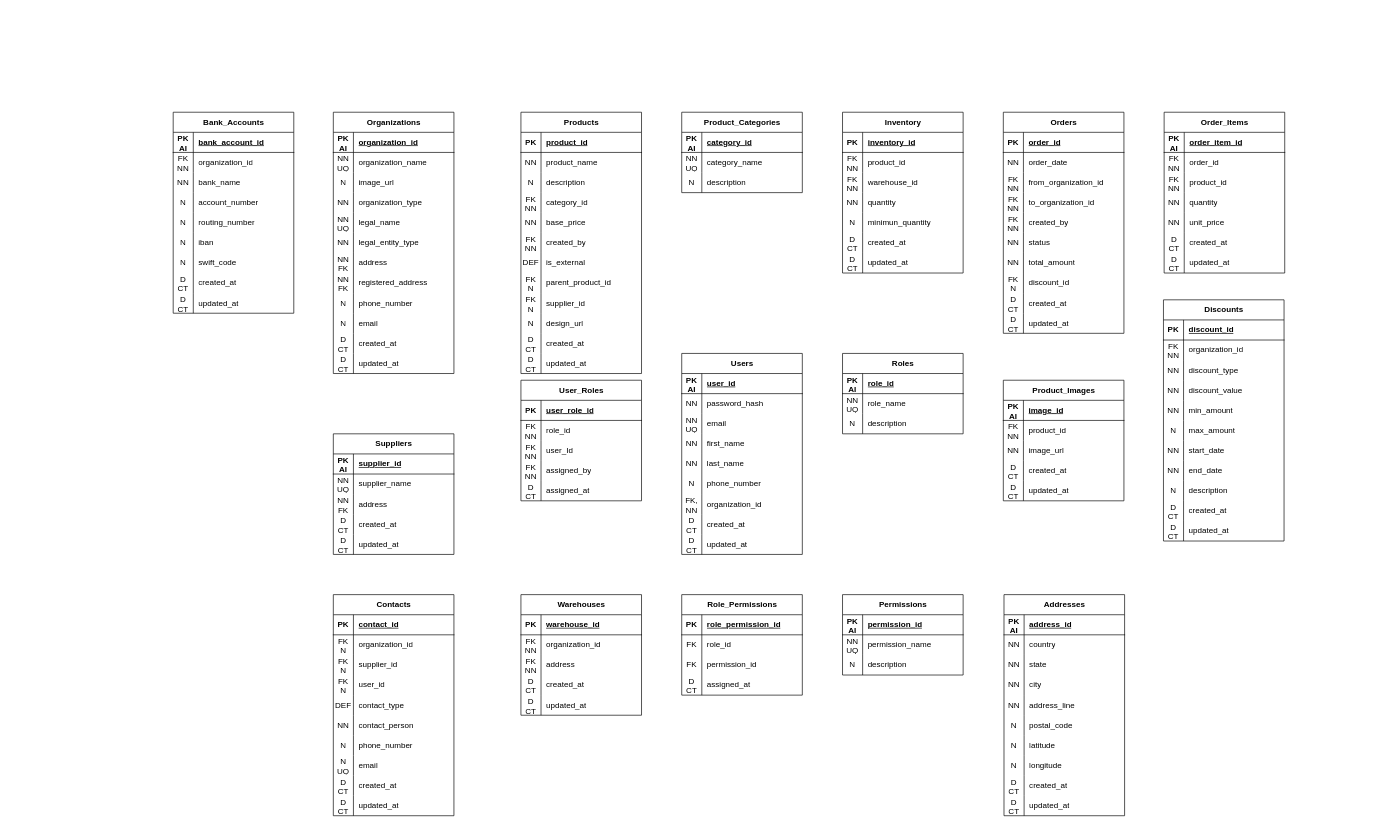
Earlier version of the draw.io diagram diagram/Диаграмма без названия.drawio (arsen1234567/erp). Source tidied: cells renumbered, new cells numbered last; positions are measured from the earlier drawing's top-left corner, leaving out a move shared by most shapes. Both pictures are drawn from the tidied source at 67%, with x=0, y=0 at pixel (173, 112).
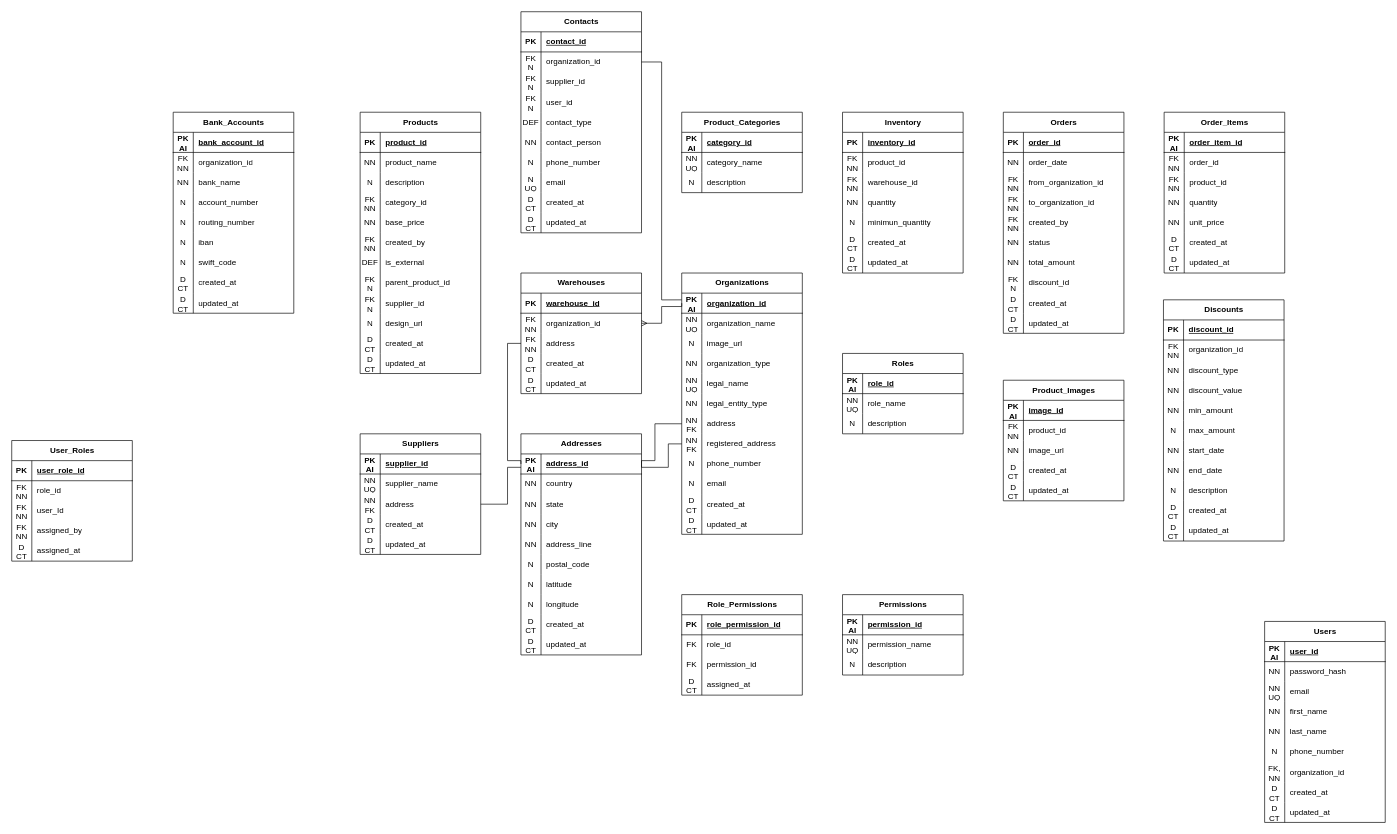
The same page after the edit.

The change refers to these unchanged cells:
```xml
<mxCell id="83" style="shape=tableRow;horizontal=0;startSize=0;swimlaneHead=0;swimlaneBody=0;fillColor=none;points=[[0,0.5],[1,0.5]];portConstraint=eastwest;top=0;left=0;right=0;bottom=0;" parent="79" vertex="1">
  <mxGeometry y="60" width="180" height="30" as="geometry" />
</mxCell>
<mxCell id="86" style="shape=tableRow;horizontal=0;startSize=0;swimlaneHead=0;swimlaneBody=0;fillColor=none;points=[[0,0.5],[1,0.5]];portConstraint=eastwest;top=0;left=0;right=0;bottom=0;" parent="79" vertex="1">
  <mxGeometry y="90" width="180" height="30" as="geometry" />
</mxCell>
<mxCell id="143" style="shape=tableRow;horizontal=0;startSize=0;swimlaneHead=0;swimlaneBody=0;fillColor=none;points=[[0,0.5],[1,0.5]];portConstraint=eastwest;top=0;left=0;right=0;bottom=1;" parent="142" vertex="1">
  <mxGeometry y="30" width="180" height="30" as="geometry" />
</mxCell>
<mxCell id="161" style="shape=tableRow;horizontal=0;startSize=0;swimlaneHead=0;swimlaneBody=0;fillColor=none;points=[[0,0.5],[1,0.5]];portConstraint=eastwest;top=0;left=0;right=0;bottom=0;" parent="142" vertex="1">
  <mxGeometry y="210" width="180" height="30" as="geometry" />
</mxCell>
<mxCell id="164" style="shape=tableRow;horizontal=0;startSize=0;swimlaneHead=0;swimlaneBody=0;fillColor=none;points=[[0,0.5],[1,0.5]];portConstraint=eastwest;top=0;left=0;right=0;bottom=0;" parent="142" vertex="1">
  <mxGeometry y="240" width="180" height="30" as="geometry" />
</mxCell>
<mxCell id="208" style="shape=tableRow;horizontal=0;startSize=0;swimlaneHead=0;swimlaneBody=0;fillColor=none;points=[[0,0.5],[1,0.5]];portConstraint=eastwest;top=0;left=0;right=0;bottom=0;" parent="201" vertex="1">
  <mxGeometry y="90" width="180" height="30" as="geometry" />
</mxCell>
<mxCell id="221" style="shape=tableRow;horizontal=0;startSize=0;swimlaneHead=0;swimlaneBody=0;fillColor=none;points=[[0,0.5],[1,0.5]];portConstraint=eastwest;top=0;left=0;right=0;bottom=0;" parent="217" vertex="1">
  <mxGeometry y="60" width="180" height="30" as="geometry" />
</mxCell>
<mxCell id="380" style="shape=tableRow;horizontal=0;startSize=0;swimlaneHead=0;swimlaneBody=0;fillColor=none;points=[[0,0.5],[1,0.5]];portConstraint=eastwest;top=0;left=0;right=0;bottom=1;" parent="379" vertex="1">
  <mxGeometry y="30" width="180" height="30" as="geometry" />
</mxCell>
```

What changed in the source:
```diff
@@
     <mxCell id="2" value="Users" style="shape=table;startSize=30;childLayout=tableLayout;rowLines=0;fontStyle=1;align=center;html=1;" parent="1" vertex="1">
-      <mxGeometry x="759" y="360" width="180" height="300" as="geometry" />
+      <mxGeometry x="1629" y="760" width="180" height="300" as="geometry" />
     </mxCell>
@@
     <mxCell id="63" value="User_Roles" style="shape=table;startSize=30;childLayout=tableLayout;rowLines=0;fontStyle=1;align=center;html=1;" parent="1" vertex="1">
-      <mxGeometry x="519" y="400" width="180" height="180" as="geometry" />
+      <mxGeometry x="-241" y="490" width="180" height="180" as="geometry" />
     </mxCell>
@@
     <mxCell id="79" value="Warehouses" style="shape=table;startSize=30;childLayout=tableLayout;rowLines=0;fontStyle=1;align=center;html=1;" parent="1" vertex="1">
-      <mxGeometry x="519" y="720" width="180" height="180" as="geometry" />
+      <mxGeometry x="519" y="240" width="180" height="180" as="geometry" />
     </mxCell>
@@
     <mxCell id="95" value="Products" style="shape=table;startSize=30;childLayout=tableLayout;rowLines=0;fontStyle=1;align=center;html=1;" parent="1" vertex="1">
-      <mxGeometry x="519" width="180" height="390" as="geometry" />
+      <mxGeometry x="279" width="180" height="390" as="geometry" />
     </mxCell>
@@
     <mxCell id="142" value="Organizations" style="shape=table;startSize=30;childLayout=tableLayout;rowLines=0;fontStyle=1;align=center;html=1;" parent="1" vertex="1">
-      <mxGeometry x="239" width="180" height="390" as="geometry" />
+      <mxGeometry x="759" y="240" width="180" height="390" as="geometry" />
     </mxCell>
@@
     <mxCell id="201" value="Suppliers" style="shape=table;startSize=30;childLayout=tableLayout;rowLines=0;fontStyle=1;align=center;html=1;" parent="1" vertex="1">
-      <mxGeometry x="239" y="480" width="180" height="180" as="geometry" />
+      <mxGeometry x="279" y="480" width="180" height="180" as="geometry" />
     </mxCell>
@@
     <mxCell id="217" value="Contacts" style="shape=table;startSize=30;childLayout=tableLayout;rowLines=0;fontStyle=1;align=center;html=1;" parent="1" vertex="1">
-      <mxGeometry x="239" y="720" width="180" height="330" as="geometry" />
+      <mxGeometry x="519" y="-150" width="180" height="330" as="geometry" />
     </mxCell>
@@
     <mxCell id="379" value="Addresses" style="shape=table;startSize=30;childLayout=tableLayout;rowLines=0;fontStyle=1;align=center;html=1;" parent="1" vertex="1">
-      <mxGeometry x="1240" y="720" width="180" height="330" as="geometry" />
+      <mxGeometry x="519" y="480" width="180" height="330" as="geometry" />
     </mxCell>
@@
+    <mxCell id="410" style="edgeStyle=orthogonalEdgeStyle;rounded=0;jettySize=auto;html=1;entryX=0;entryY=0.5;entryDx=0;entryDy=0;startArrow=ERmany;startFill=0;endArrow=none;endFill=0;" parent="1" edge="1" source="83" target="143">
+      <mxGeometry relative="1" as="geometry">
+        <Array as="points">
+          <mxPoint x="729" y="315" />
+          <mxPoint x="729" y="290" />
+          <mxPoint x="759" y="290" />
+        </Array>
+      </mxGeometry>
+    </mxCell>
+    <mxCell id="411" style="edgeStyle=orthogonalEdgeStyle;rounded=0;jettySize=auto;html=1;entryX=0;entryY=0.5;entryDx=0;entryDy=0;endArrow=none;endFill=0;" parent="1" edge="1" source="86" target="380">
+      <mxGeometry relative="1" as="geometry">
+        <Array as="points">
+          <mxPoint x="499" y="345" />
+          <mxPoint x="499" y="520" />
+          <mxPoint x="519" y="520" />
+        </Array>
+      </mxGeometry>
+    </mxCell>
+    <mxCell id="412" style="edgeStyle=orthogonalEdgeStyle;rounded=0;jettySize=auto;html=1;exitX=0;exitY=0.5;exitDx=0;exitDy=0;entryX=1;entryY=0.5;entryDx=0;entryDy=0;endArrow=none;endFill=0;" parent="1" edge="1" source="161" target="380">
+      <mxGeometry relative="1" as="geometry">
+        <Array as="points">
+          <mxPoint x="719" y="465" />
+          <mxPoint x="719" y="520" />
+          <mxPoint x="699" y="520" />
+        </Array>
+      </mxGeometry>
+    </mxCell>
+    <mxCell id="413" style="edgeStyle=orthogonalEdgeStyle;rounded=0;jettySize=auto;html=1;entryX=1;entryY=0.5;entryDx=0;entryDy=0;endArrow=none;endFill=0;" parent="1" edge="1" source="164" target="380">
+      <mxGeometry relative="1" as="geometry">
+        <Array as="points">
+          <mxPoint x="739" y="495" />
+          <mxPoint x="739" y="530" />
+          <mxPoint x="699" y="530" />
+        </Array>
+      </mxGeometry>
+    </mxCell>
+    <mxCell id="414" style="edgeStyle=orthogonalEdgeStyle;rounded=0;jettySize=auto;html=1;endArrow=none;endFill=0;" parent="1" edge="1" source="208">
+      <mxGeometry relative="1" as="geometry">
+        <mxPoint x="519" y="530" as="targetPoint" />
+        <Array as="points">
+          <mxPoint x="499" y="585" />
+          <mxPoint x="499" y="530" />
+        </Array>
+      </mxGeometry>
+    </mxCell>
+    <mxCell id="415" style="edgeStyle=orthogonalEdgeStyle;rounded=0;jettySize=auto;html=1;endArrow=none;endFill=0;entryX=-0.001;entryY=0.335;entryDx=0;entryDy=0;entryPerimeter=0;" parent="1" edge="1" source="221" target="143">
+      <mxGeometry relative="1" as="geometry" />
+    </mxCell>
```
